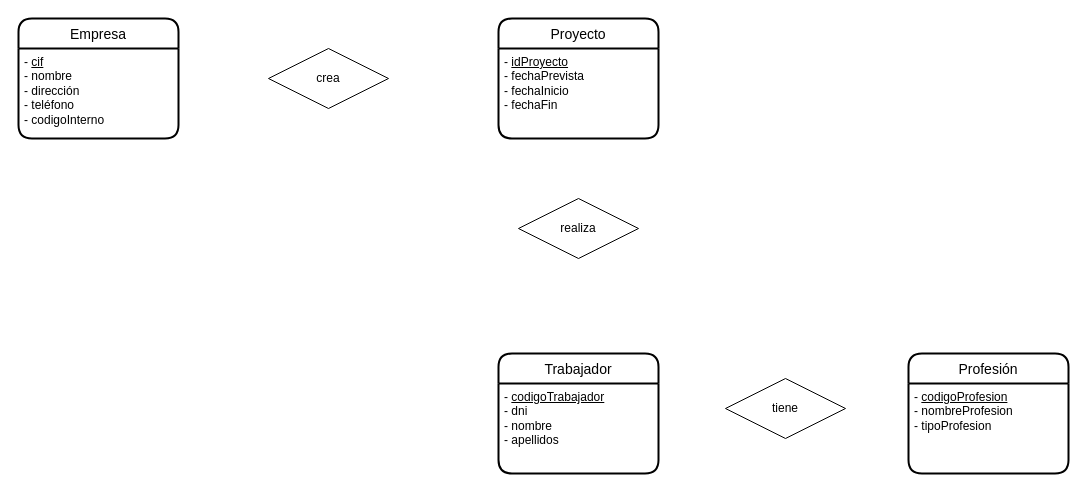
The draw.io diagram ex12.drawio in JuanMarinG/TA12_MYSQL, before the edit. Source tidied: cells renumbered, new cells numbered last; positions are measured from the earlier drawing's top-left corner, leaving out a move shared by most shapes. Both pictures are drawn from the tidied source at 100%, with x=0, y=0 at pixel (18, 18).
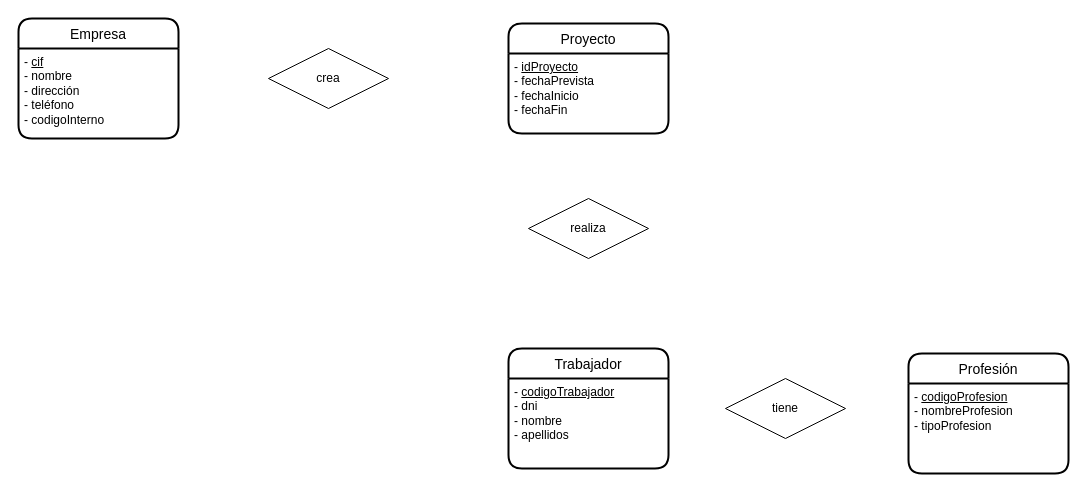
The same page after the edit.

The edit, as a diff of the source:
```diff
@@
 <mxGraphModel>
   <root>
     <mxCell id="0" />
     <mxCell id="1" parent="0" />
     <mxCell id="2" value="Empresa" style="swimlane;horizontal=1;startSize=30;rounded=1;fontSize=14;fontStyle=0;strokeWidth=2;shadow=0;dashed=0;align=center;" parent="1" vertex="1">
       <mxGeometry width="160" height="120" as="geometry" />
     </mxCell>
     <mxCell id="3" value="- &lt;u&gt;cif&lt;/u&gt;&lt;br&gt;- nombre&lt;br&gt;- dirección&lt;br&gt;- teléfono&lt;br&gt;- codigoInterno" style="text;html=1;align=left;verticalAlign=top;strokeColor=none;fillColor=none;spacingLeft=4;" parent="2" vertex="1">
       <mxGeometry y="30" width="160" height="90" as="geometry" />
     </mxCell>
-    <mxCell id="4" value="Proyecto" style="swimlane;horizontal=1;startSize=30;rounded=1;fontSize=14;fontStyle=0;strokeWidth=2;shadow=0;dashed=0;align=center;" parent="1" vertex="1">
-      <mxGeometry x="480" width="160" height="120" as="geometry" />
+    <mxCell id="4" value="Proyecto" style="swimlane;horizontal=1;startSize=30;rounded=1;fontSize=14;fontStyle=0;strokeWidth=2;shadow=0;align=center;fillStyle=auto;gradientColor=none;swimlaneFillColor=none;fillColor=default;sketch=0;glass=0;swimlaneLine=1;perimeterSpacing=0;" parent="1" vertex="1">
+      <mxGeometry x="490" y="5" width="160" height="110" as="geometry" />
     </mxCell>
     <mxCell id="5" value="- &lt;u&gt;idProyecto&lt;/u&gt;&lt;br&gt;- fechaPrevista&lt;br&gt;- fechaInicio&lt;br&gt;- fechaFin" style="text;html=1;align=left;verticalAlign=top;strokeColor=none;fillColor=none;spacingLeft=4;" parent="4" vertex="1">
-      <mxGeometry y="30" width="160" height="90" as="geometry" />
+      <mxGeometry y="30" width="160" height="130" as="geometry" />
     </mxCell>
+    <mxCell id="13" value="&lt;br&gt;" style="text;html=1;align=left;verticalAlign=top;strokeColor=none;fillColor=none;spacingLeft=4;" parent="4" vertex="1">
+      <mxGeometry y="160" width="160" height="-50" as="geometry" />
+    </mxCell>
     <mxCell id="6" value="Trabajador" style="swimlane;horizontal=1;startSize=30;rounded=1;fontSize=14;fontStyle=0;strokeWidth=2;shadow=0;dashed=0;align=center;" parent="1" vertex="1">
-      <mxGeometry x="480" y="335" width="160" height="120" as="geometry" />
+      <mxGeometry x="490" y="330" width="160" height="120" as="geometry" />
     </mxCell>
     <mxCell id="7" value="- &lt;u&gt;codigoTrabajador&lt;/u&gt;&lt;br&gt;- dni&lt;br&gt;- nombre&lt;br&gt;- apellidos" style="text;html=1;align=left;verticalAlign=top;strokeColor=none;fillColor=none;spacingLeft=4;" parent="6" vertex="1">
       <mxGeometry y="30" width="160" height="90" as="geometry" />
     </mxCell>
     <mxCell id="8" value="Profesión" style="swimlane;horizontal=1;startSize=30;rounded=1;fontSize=14;fontStyle=0;strokeWidth=2;shadow=0;dashed=0;align=center;" parent="1" vertex="1">
       <mxGeometry x="890" y="335" width="160" height="120" as="geometry" />
     </mxCell>
     <mxCell id="9" value="- &lt;u&gt;codigoProfesion&lt;/u&gt;&lt;br&gt;- nombreProfesion&lt;br&gt;- tipoProfesion" style="text;html=1;align=left;verticalAlign=top;strokeColor=none;fillColor=none;spacingLeft=4;" parent="8" vertex="1">
       <mxGeometry y="30" width="160" height="90" as="geometry" />
     </mxCell>
     <mxCell id="10" value="crea" style="shape=rhombus;perimeter=rhombusPerimeter;whiteSpace=wrap;html=1;align=center;" parent="1" vertex="1">
       <mxGeometry x="250" y="30" width="120" height="60" as="geometry" />
     </mxCell>
     <mxCell id="11" value="realiza" style="shape=rhombus;perimeter=rhombusPerimeter;whiteSpace=wrap;html=1;align=center;" parent="1" vertex="1">
-      <mxGeometry x="500" y="180" width="120" height="60" as="geometry" />
+      <mxGeometry x="510" y="180" width="120" height="60" as="geometry" />
     </mxCell>
     <mxCell id="12" value="tiene" style="shape=rhombus;perimeter=rhombusPerimeter;whiteSpace=wrap;html=1;align=center;" parent="1" vertex="1">
       <mxGeometry x="707" y="360" width="120" height="60" as="geometry" />
     </mxCell>
   </root>
 </mxGraphModel>
```
